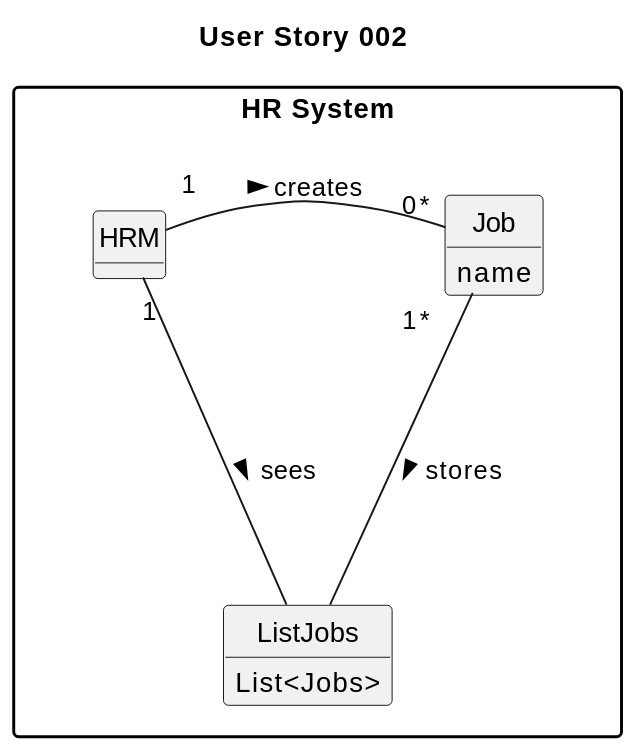
Above: docs/sprintA/us002/02.analysis/svg/us002-domain-model-User_Story_002.svg in SAEmanuel/Green_Spaces_Management_ISEP (PlantUML), before the change. Source of this version:
```plantuml
@startuml
skinparam monochrome true
skinparam packageStyle rectangle
skinparam shadowing false


skinparam classAttributeIconSize 0

hide circle
hide methods
package "HR System" {

title User Story 002

class HRM {
}

class ListJobs {
    List<Jobs>
}

class Job {
    name
}




HRM "1" - "0*" Job : creates >
HRM "1" -  ListJobs: sees >
Job "1*" --- ListJobs : stores >
@enduml
```
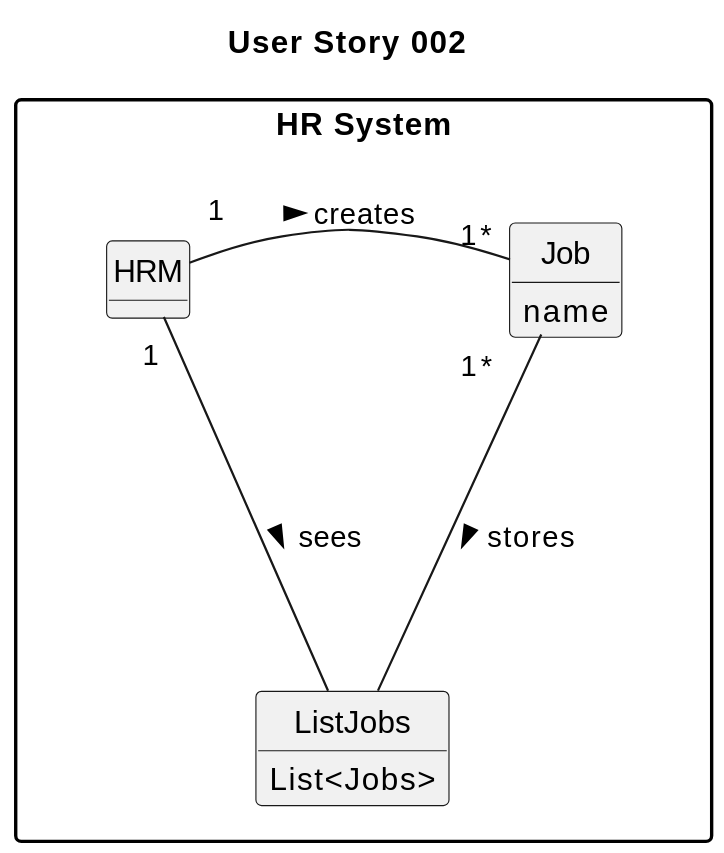
The same diagram one commit later.

Commit message:
US002 - Domain Model v3

The edit, as a diff of the source:
```diff
@@ -26,7 +26,7 @@
 
 
 
-HRM "1" - "0*" Job : creates >
-HRM "1" -  ListJobs: sees >
+HRM "1" - "1*" Job : creates >
+HRM "1 " -  ListJobs: sees >
 Job "1*" --- ListJobs : stores >
 @enduml
```
